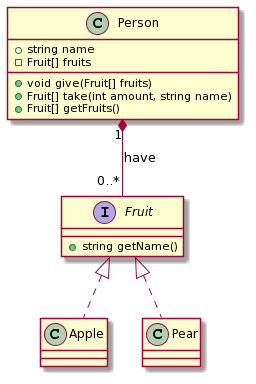
This is more/uml/images/cd02.png from EgorBanin/EgorBanin.github.io, a PlantUML export, as it was before one commit.
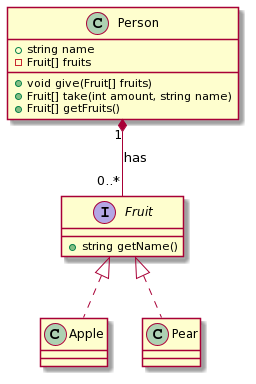
After the commit.

The edit, as a diff of the source:
```diff
@@ -12,7 +12,7 @@
 class Apple
 class Pear
 
-Person "1" *-- "0..*" Fruit: have
+Person "1" *-- "0..*" Fruit: has
 Fruit <|.. Apple
 Fruit <|.. Pear
 @enduml
```
